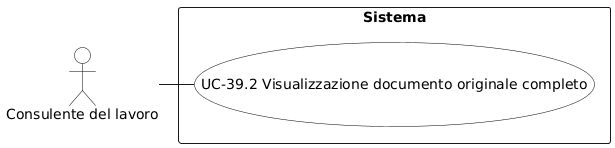
Before: RTB/Analisi dei Requisiti/diagrammi_use_case/UC-39.2.png, a diagram exported from PlantUML (aLittleByte-19/Documentazione).
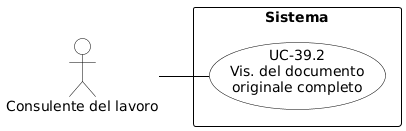
After the change.

What changed in the source:
```diff
@@ -1,20 +1,29 @@
 @startuml
-skinparam backgroundColor white
+skinparam shadowing false
+skinparam defaultFontName Arial
+left to right direction
+skinparam nodesep 15
+skinparam ranksep 50
+
+skinparam usecase {
+    BackgroundColor white
+    BorderColor black
+    ArrowColor black
+}
 skinparam actor {
-  BackgroundColor white
-  BorderColor black
-  FontColor black
+    BackgroundColor white
+    BorderColor black
 }
-skinparam usecase {
-  BackgroundColor white
-  BorderColor black
-  FontColor black
+skinparam rectangle {
+    BorderColor black
+    FontStyle bold
 }
-actor "Consulente del lavoro" as C
+
+actor "Consulente del lavoro" as CL
 
 rectangle "Sistema" {
-  (UC-39.2 Visualizzazione documento originale completo)
+    usecase "UC-39.2\nVis. del documento\noriginale completo" as UC39_2
 }
 
-C - (UC-39.2 Visualizzazione documento originale completo)
+CL -- UC39_2
 @enduml
```
